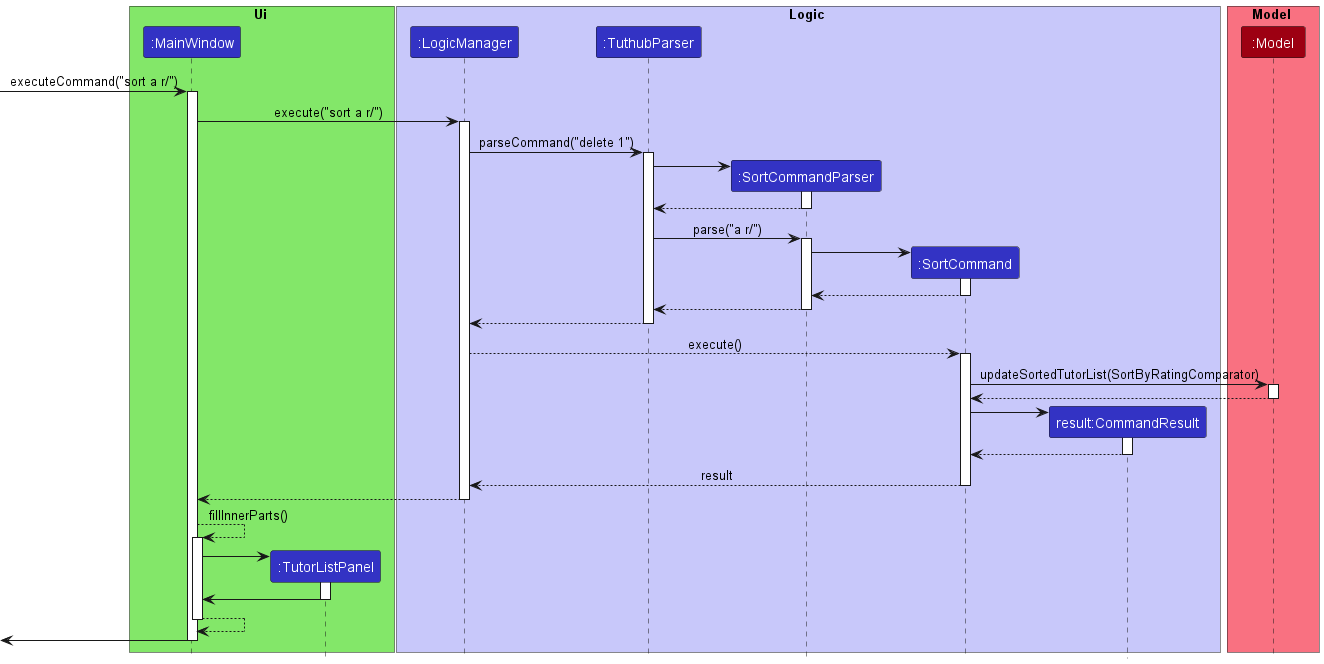
Earlier version of the PlantUML export docs/images/SortSequenceDiagram.png (nus-cs2103-AY2223S1/tp).
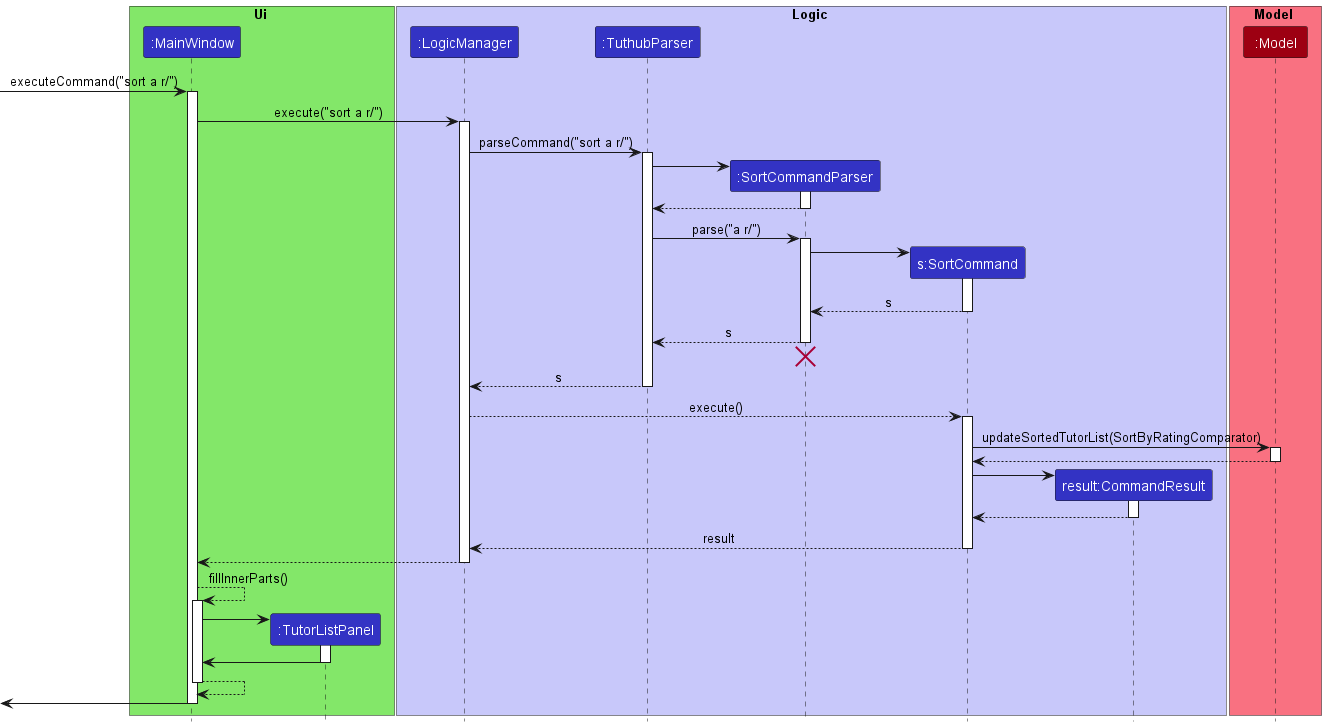
After the commit.

Diff of the diagram source:
```diff
@@ -10,7 +10,7 @@
 participant ":LogicManager" as LogicManager LOGIC_COLOR
 participant ":TuthubParser" as TuthubParser LOGIC_COLOR
 participant ":SortCommandParser" as SortCommandParser LOGIC_COLOR
-participant ":SortCommand" as SortCommand LOGIC_COLOR
+participant "s:SortCommand" as SortCommand LOGIC_COLOR
 participant "result:CommandResult" as CommandResult LOGIC_COLOR
 end box
 
@@ -24,7 +24,7 @@
 MainWindow -> LogicManager : execute("sort a r/")
 activate LogicManager
 
-LogicManager -> TuthubParser : parseCommand("delete 1")
+LogicManager -> TuthubParser : parseCommand("sort a r/")
 activate TuthubParser
 
 create SortCommandParser
@@ -41,13 +41,15 @@
 SortCommandParser -> SortCommand
 activate SortCommand
 
-SortCommand --> SortCommandParser
+SortCommand --> SortCommandParser : s
 deactivate SortCommand
 
-SortCommandParser --> TuthubParser
+SortCommandParser --> TuthubParser : s
 deactivate SortCommandParser
+SortCommandParser -[hidden]-> TuthubParser
+destroy SortCommandParser
 
-TuthubParser --> LogicManager
+TuthubParser --> LogicManager : s
 deactivate TuthubParser
 
 LogicManager --> SortCommand : execute()
```
